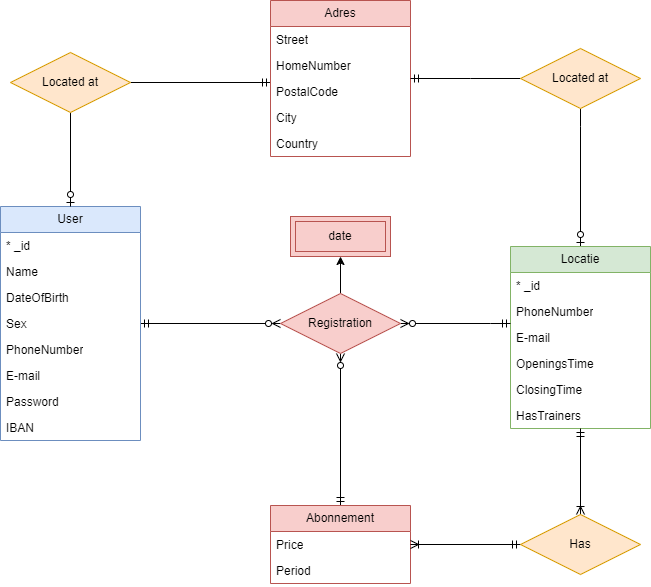
nietjan/client-side-project keeps this draw.io diagram as apps/frontend/src/assets/img/erd.png. Above is the earlier version. Source tidied: cells renumbered, new cells last; positions are measured from the earlier drawing's top-left corner, leaving out a move shared by most shapes.
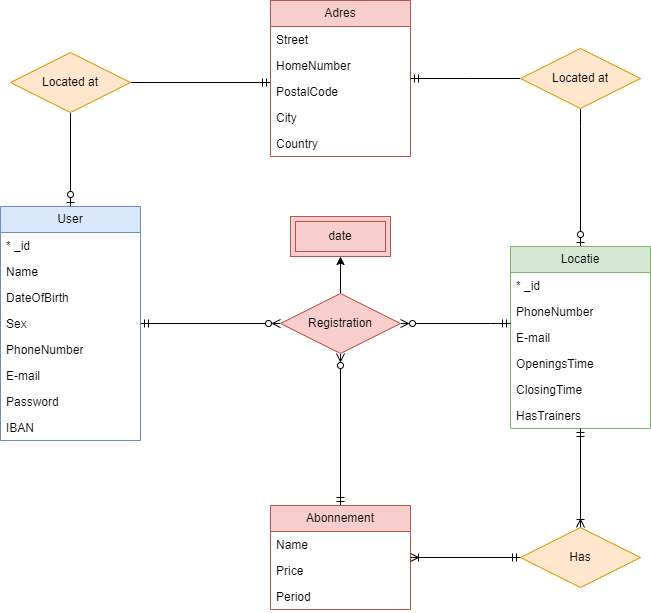
The same file after the commit.

Commit message:
Added name attribute to abonnoment

Diff of the diagram source:
```diff
@@ -97,13 +97,16 @@
       </mxGeometry>
     </mxCell>
     <mxCell id="29" value="Abonnement" style="swimlane;fontStyle=0;horizontal=1;startSize=26;fillColor=#f8cecc;whiteSpace=wrap;html=1;strokeColor=#b85450;" parent="1" vertex="1">
-      <mxGeometry x="270" y="505" width="140" height="78" as="geometry" />
+      <mxGeometry x="270" y="505" width="140" height="104" as="geometry" />
     </mxCell>
+    <mxCell id="42" value="Name" style="text;strokeColor=none;fillColor=none;align=left;verticalAlign=top;spacingLeft=4;spacingRight=4;overflow=hidden;whiteSpace=wrap;html=1;" parent="29" vertex="1">
+      <mxGeometry y="26" width="140" height="26" as="geometry" />
+    </mxCell>
     <mxCell id="30" value="Price" style="text;strokeColor=none;fillColor=none;align=left;verticalAlign=top;spacingLeft=4;spacingRight=4;overflow=hidden;whiteSpace=wrap;html=1;" parent="29" vertex="1">
-      <mxGeometry y="26" width="140" height="26" as="geometry" />
+      <mxGeometry y="52" width="140" height="26" as="geometry" />
     </mxCell>
     <mxCell id="31" value="Period" style="text;strokeColor=none;fillColor=none;align=left;verticalAlign=top;spacingLeft=4;spacingRight=4;overflow=hidden;whiteSpace=wrap;html=1;" parent="29" vertex="1">
-      <mxGeometry y="52" width="140" height="26" as="geometry" />
+      <mxGeometry y="78" width="140" height="26" as="geometry" />
     </mxCell>
     <mxCell id="32" style="edgeStyle=orthogonalEdgeStyle;rounded=0;jettySize=auto;html=1;endArrow=ERmandOne;endFill=0;startArrow=ERzeroToMany;startFill=0;" parent="1" edge="1" source="35" target="20">
       <mxGeometry relative="1" as="geometry">
@@ -143,7 +146,7 @@
       <mxGeometry relative="1" as="geometry" />
     </mxCell>
     <mxCell id="41" value="Has" style="shape=rhombus;perimeter=rhombusPerimeter;whiteSpace=wrap;html=1;align=center;fillColor=#ffe6cc;strokeColor=#d79b00;" parent="1" vertex="1">
-      <mxGeometry x="520" y="514" width="120" height="60" as="geometry" />
+      <mxGeometry x="520" y="527" width="120" height="60" as="geometry" />
     </mxCell>
   </root>
 </mxGraphModel>
```
